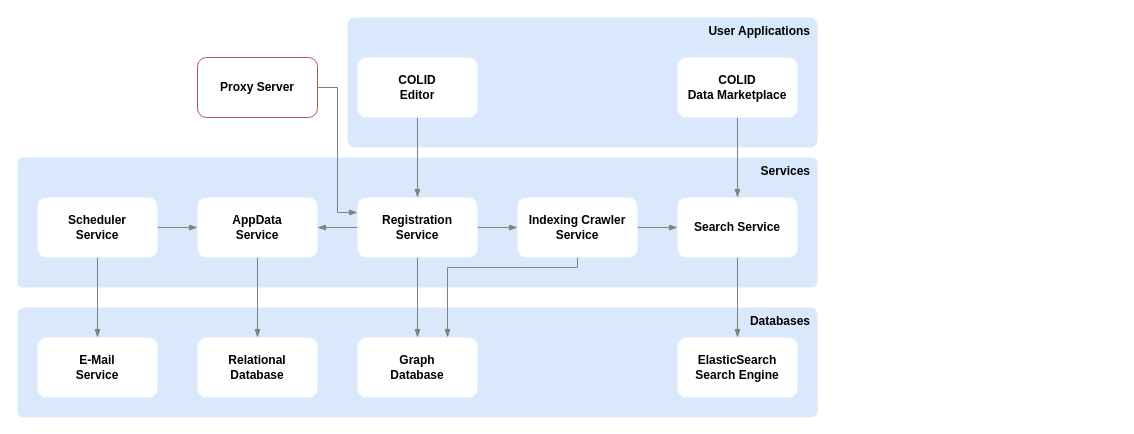
This is assets/architecture/architecture-overview.drawio from Bayer-Group/COLID-Documentation, a draw.io file, before an edit. Source tidied: cells renumbered, new cells numbered last; positions are measured from the earlier drawing's top-left corner, leaving out a move shared by most shapes. Both pictures are drawn from the tidied source at 100%, with x=0, y=0 at pixel (17, 17).
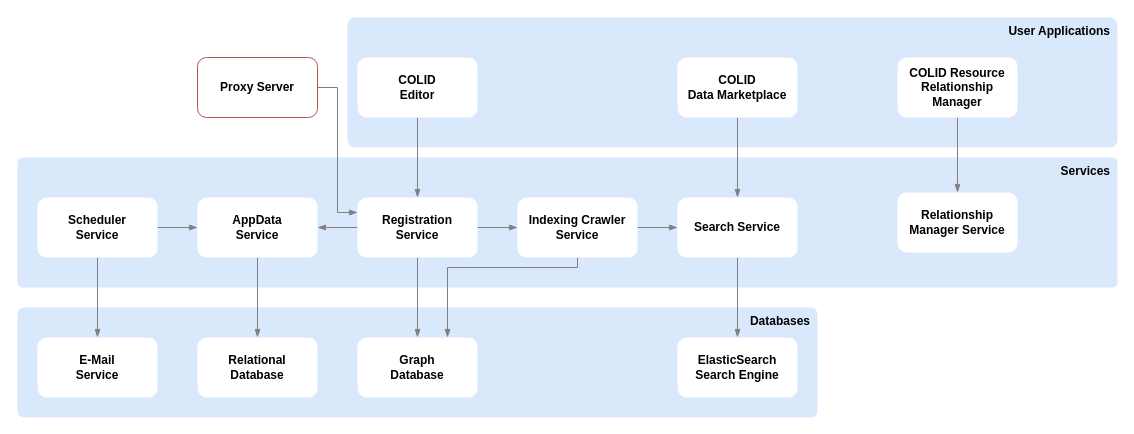
Above is the later version.

Commit message (it also covers changes not shown here):
added rrm api

What changed in the source:
```diff
@@
     <mxCell id="2" value="User Applications&lt;br&gt;" style="rounded=1;whiteSpace=wrap;html=1;arcSize=6;align=right;horizontal=1;labelPosition=center;verticalLabelPosition=middle;verticalAlign=top;spacingRight=5;strokeWidth=1;perimeterSpacing=1;fontStyle=1;fillColor=#dae8fc;strokeColor=none;" parent="1" vertex="1">
-      <mxGeometry x="330" width="470" height="130" as="geometry" />
+      <mxGeometry x="330" width="770" height="130" as="geometry" />
     </mxCell>
@@
     <mxCell id="4" value="Services" style="rounded=1;whiteSpace=wrap;html=1;arcSize=4;imageHeight=24;imageAspect=1;verticalAlign=top;align=right;spacingRight=5;fillColor=#dae8fc;strokeColor=none;fontStyle=1;" parent="1" vertex="1">
-      <mxGeometry y="140" width="800" height="130" as="geometry" />
+      <mxGeometry y="140" width="1100" height="130" as="geometry" />
     </mxCell>
@@
+    <mxCell id="29" style="edgeStyle=orthogonalEdgeStyle;rounded=0;jettySize=auto;html=1;fontStyle=1;strokeColor=#808080;endArrow=blockThin;endFill=1;" parent="1" edge="1" source="30" target="31">
+      <mxGeometry relative="1" as="geometry" />
+    </mxCell>
+    <mxCell id="30" value="COLID Resource Relationship Manager" style="rounded=1;whiteSpace=wrap;html=1;strokeColor=none;fontStyle=1;" parent="1" vertex="1">
+      <mxGeometry x="880" y="40" width="120" height="60" as="geometry" />
+    </mxCell>
+    <mxCell id="31" value="&lt;span style=&quot;color: rgb(0, 0, 0);&quot;&gt;Relationship Manager&amp;nbsp;&lt;/span&gt;Service" style="rounded=1;whiteSpace=wrap;html=1;strokeColor=none;fontStyle=1;" parent="1" vertex="1">
+      <mxGeometry x="880" y="175" width="120" height="60" as="geometry" />
+    </mxCell>
```
